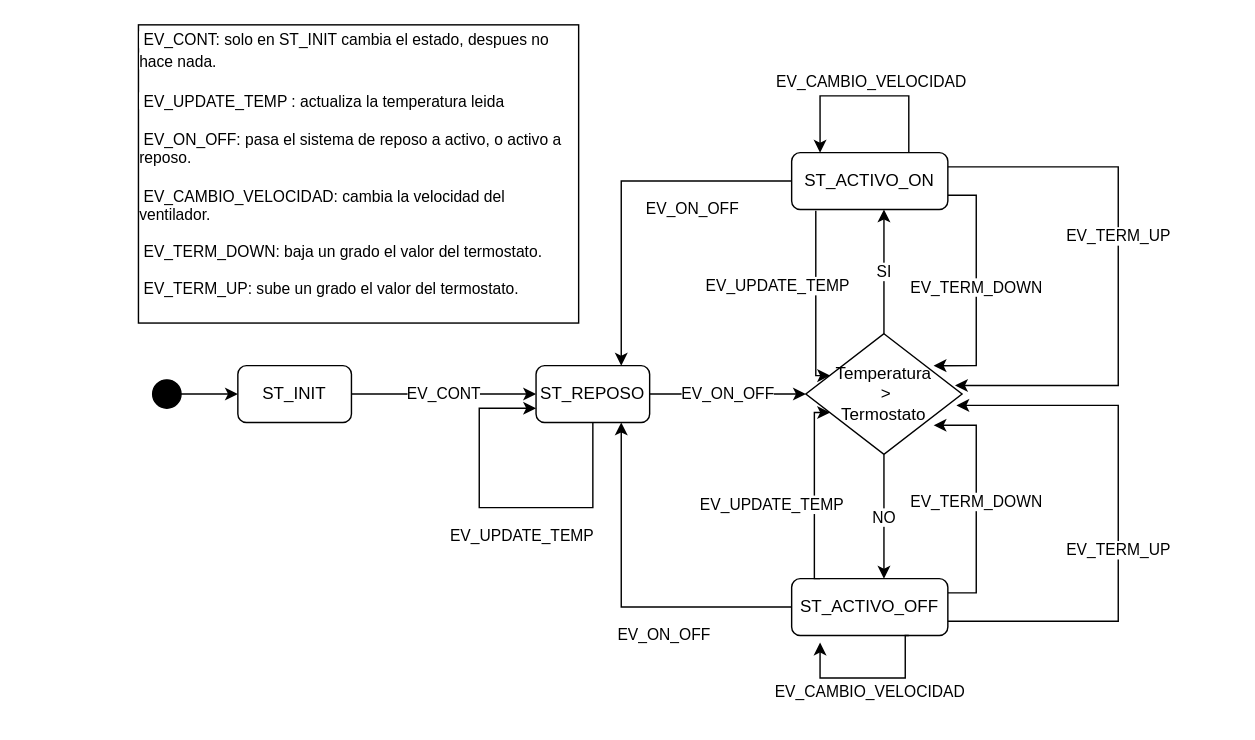
Before: TP1/Diagrama de Estados.drawio in GDVillalba/PrograAvanzada2022, a draw.io diagram. Source tidied: cells renumbered, new cells numbered last; positions are measured from the earlier drawing's top-left corner, leaving out a move shared by most shapes. Both pictures are drawn from the tidied source at 142%, with x=0, y=0 at pixel (138, 24).
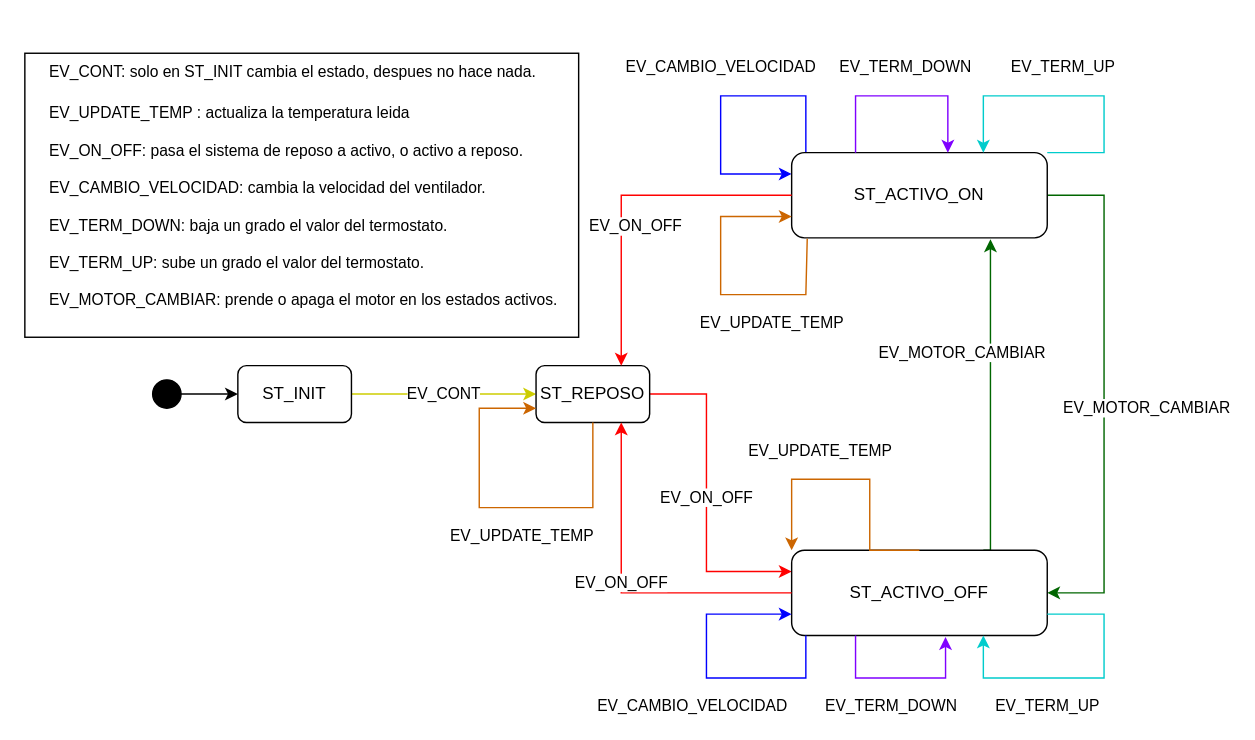
Above is the later version.

Unchanged cells that the change refers to:
```xml
<mxCell id="5" value="ST_INIT" style="rounded=1;whiteSpace=wrap;html=1;fillColor=#FFFFFF;" parent="1" vertex="1">
  <mxGeometry x="70" y="240" width="80" height="40" as="geometry" />
</mxCell>
<mxCell id="11" value="ST_REPOSO" style="rounded=1;whiteSpace=wrap;html=1;fillColor=#FFFFFF;" parent="1" vertex="1">
  <mxGeometry x="280" y="240" width="80" height="40" as="geometry" />
</mxCell>
```

Diff of the diagram source:
```diff
@@
-    <mxCell id="4" value="EV_CONT" style="edgeStyle=orthogonalEdgeStyle;rounded=0;jettySize=auto;html=1;entryX=0;entryY=0.5;entryDx=0;entryDy=0;" parent="1" edge="1" source="5" target="11">
+    <mxCell id="4" value="EV_CONT" style="edgeStyle=orthogonalEdgeStyle;rounded=0;jettySize=auto;html=1;entryX=0;entryY=0.5;entryDx=0;entryDy=0;strokeColor=#CCCC00;" parent="1" edge="1" source="5" target="11">
       <mxGeometry relative="1" as="geometry" />
     </mxCell>
@@
-    <mxCell id="6" value="EV_CAMBIO_VELOCIDAD" style="edgeStyle=orthogonalEdgeStyle;rounded=0;orthogonalLoop=1;jettySize=auto;html=1;exitX=0.75;exitY=0;exitDx=0;exitDy=0;entryX=0.182;entryY=0;entryDx=0;entryDy=0;entryPerimeter=0;" parent="1" edge="1" source="9" target="9">
-      <mxGeometry x="-0.05" y="-10" relative="1" as="geometry">
+    <mxCell id="6" value="EV_CAMBIO_VELOCIDAD" style="edgeStyle=orthogonalEdgeStyle;rounded=0;jettySize=auto;html=1;entryX=0;entryY=0.25;entryDx=0;entryDy=0;strokeColor=#0000FF;" parent="1" edge="1" target="9">
+      <mxGeometry x="-0.02" y="-20" relative="1" as="geometry">
+        <mxPoint x="470" y="90" as="sourcePoint" />
         <Array as="points">
-          <mxPoint x="543" y="50" />
-          <mxPoint x="480" y="50" />
+          <mxPoint x="470" y="50" />
+          <mxPoint x="410" y="50" />
+          <mxPoint x="410" y="105" />
         </Array>
-        <mxPoint x="1" as="offset" />
+        <mxPoint x="20" y="-20" as="offset" />
       </mxGeometry>
     </mxCell>
-    <mxCell id="7" value="EV_TERM_DOWN" style="edgeStyle=orthogonalEdgeStyle;rounded=0;jettySize=auto;html=1;entryX=0.818;entryY=0.265;entryDx=0;entryDy=0;entryPerimeter=0;exitX=1;exitY=0.75;exitDx=0;exitDy=0;" parent="1" edge="1" source="9" target="17">
-      <mxGeometry relative="1" as="geometry">
+    <mxCell id="7" value="EV_MOTOR_CAMBIAR" style="edgeStyle=orthogonalEdgeStyle;rounded=0;jettySize=auto;html=1;entryX=1;entryY=0.5;entryDx=0;entryDy=0;exitX=1;exitY=0.5;exitDx=0;exitDy=0;strokeColor=#006600;" parent="1" edge="1" source="9" target="14">
+      <mxGeometry x="0.06" y="30" relative="1" as="geometry">
         <Array as="points">
-          <mxPoint x="590" y="120" />
-          <mxPoint x="590" y="240" />
+          <mxPoint x="680" y="120" />
+          <mxPoint x="680" y="400" />
         </Array>
+        <mxPoint y="-1" as="offset" />
       </mxGeometry>
     </mxCell>
-    <mxCell id="8" value="EV_TERM_UP" style="edgeStyle=orthogonalEdgeStyle;rounded=0;jettySize=auto;html=1;exitX=1;exitY=0.25;exitDx=0;exitDy=0;entryX=0.955;entryY=0.429;entryDx=0;entryDy=0;entryPerimeter=0;" parent="1" edge="1" source="9" target="17">
-      <mxGeometry x="-0.13" relative="1" as="geometry">
-        <Array as="points">
-          <mxPoint x="690" y="100" />
-          <mxPoint x="690" y="254" />
-        </Array>
-      </mxGeometry>
-    </mxCell>
     <mxCell id="9" value="ST_ACTIVO_ON" style="rounded=1;whiteSpace=wrap;html=1;fillColor=#FFFFFF;" parent="1" vertex="1">
-      <mxGeometry x="460" y="90" width="110" height="40" as="geometry" />
+      <mxGeometry x="460" y="90" width="180" height="60" as="geometry" />
     </mxCell>
-    <mxCell id="10" value="EV_ON_OFF" style="edgeStyle=orthogonalEdgeStyle;rounded=0;jettySize=auto;html=1;" parent="1" edge="1" source="11" target="17">
-      <mxGeometry relative="1" as="geometry" />
+    <mxCell id="10" value="EV_ON_OFF" style="edgeStyle=orthogonalEdgeStyle;rounded=0;jettySize=auto;html=1;entryX=0;entryY=0.25;entryDx=0;entryDy=0;strokeColor=#FF0000;" parent="1" edge="1" source="11" target="14">
+      <mxGeometry relative="1" as="geometry">
+        <Array as="points">
+          <mxPoint x="400" y="260" />
+          <mxPoint x="400" y="385" />
+        </Array>
+      </mxGeometry>
     </mxCell>
@@
-    <mxCell id="12" value="EV_TERM_DOWN" style="edgeStyle=orthogonalEdgeStyle;rounded=0;jettySize=auto;html=1;exitX=1;exitY=0.25;exitDx=0;exitDy=0;entryX=0.818;entryY=0.759;entryDx=0;entryDy=0;entryPerimeter=0;" parent="1" edge="1" source="14" target="17">
-      <mxGeometry relative="1" as="geometry">
+    <mxCell id="12" value="EV_MOTOR_CAMBIAR" style="edgeStyle=orthogonalEdgeStyle;rounded=0;jettySize=auto;html=1;exitX=0.75;exitY=0;exitDx=0;exitDy=0;strokeColor=#006600;" parent="1" edge="1" source="14">
+      <mxGeometry x="0.29" y="20" relative="1" as="geometry">
+        <mxPoint x="600" y="151" as="targetPoint" />
         <Array as="points">
-          <mxPoint x="590" y="400" />
-          <mxPoint x="590" y="282" />
+          <mxPoint x="600" y="371" />
+          <mxPoint x="600" y="151" />
+          <mxPoint x="550" y="151" />
         </Array>
       </mxGeometry>
     </mxCell>
-    <mxCell id="13" value="EV_TERM_UP" style="edgeStyle=orthogonalEdgeStyle;rounded=0;jettySize=auto;html=1;exitX=1;exitY=0.75;exitDx=0;exitDy=0;entryX=0.964;entryY=0.594;entryDx=0;entryDy=0;entryPerimeter=0;" parent="1" edge="1" source="14" target="17">
-      <mxGeometry x="-0.12" relative="1" as="geometry">
-        <Array as="points">
-          <mxPoint x="690" y="420" />
-          <mxPoint x="690" y="268" />
-        </Array>
-      </mxGeometry>
-    </mxCell>
     <mxCell id="14" value="ST_ACTIVO_OFF" style="rounded=1;whiteSpace=wrap;html=1;fillColor=#FFFFFF;" parent="1" vertex="1">
-      <mxGeometry x="460" y="390" width="110" height="40" as="geometry" />
+      <mxGeometry x="460" y="370" width="180" height="60" as="geometry" />
     </mxCell>
-    <mxCell id="15" value="SI" style="edgeStyle=orthogonalEdgeStyle;rounded=0;jettySize=auto;html=1;" parent="1" edge="1" source="17">
-      <mxGeometry relative="1" as="geometry">
-        <mxPoint x="525" y="130" as="targetPoint" />
-        <Array as="points">
-          <mxPoint x="525" y="130" />
-        </Array>
-      </mxGeometry>
-    </mxCell>
-    <mxCell id="16" value="NO" style="edgeStyle=orthogonalEdgeStyle;rounded=0;jettySize=auto;html=1;" parent="1" edge="1" source="17" target="14">
-      <mxGeometry relative="1" as="geometry">
-        <Array as="points">
-          <mxPoint x="525" y="370" />
-          <mxPoint x="525" y="370" />
-        </Array>
-      </mxGeometry>
-    </mxCell>
-    <mxCell id="17" value="Temperatura&lt;br&gt;&amp;nbsp;&amp;gt; &lt;br&gt;Termostato" style="rhombus;whiteSpace=wrap;html=1;fillColor=#FFFFFF;" parent="1" vertex="1">
-      <mxGeometry x="470" y="217.5" width="110" height="85" as="geometry" />
-    </mxCell>
-    <mxCell id="18" value="EV_UPDATE_TEMP" style="edgeStyle=orthogonalEdgeStyle;rounded=0;orthogonalLoop=1;jettySize=auto;html=1;entryX=0;entryY=0.75;entryDx=0;entryDy=0;exitX=0.5;exitY=1;exitDx=0;exitDy=0;" parent="1" edge="1" source="11" target="11">
+    <mxCell id="18" value="EV_UPDATE_TEMP" style="edgeStyle=orthogonalEdgeStyle;rounded=0;orthogonalLoop=1;jettySize=auto;html=1;entryX=0;entryY=0.75;entryDx=0;entryDy=0;exitX=0.5;exitY=1;exitDx=0;exitDy=0;strokeColor=#CC6600;" parent="1" edge="1" source="11" target="11">
       <mxGeometry x="-0.12" y="20" relative="1" as="geometry">
         <Array as="points">
           <mxPoint x="320" y="340" />
           <mxPoint x="240" y="340" />
           <mxPoint x="240" y="270" />
         </Array>
       </mxGeometry>
     </mxCell>
-    <mxCell id="19" value="EV_ON_OFF" style="edgeStyle=orthogonalEdgeStyle;rounded=0;jettySize=auto;html=1;exitX=0;exitY=0.5;exitDx=0;exitDy=0;entryX=0.75;entryY=0;entryDx=0;entryDy=0;" parent="1" edge="1" source="9" target="11">
-      <mxGeometry x="-0.44" y="20" relative="1" as="geometry" />
+    <mxCell id="19" value="EV_ON_OFF" style="edgeStyle=orthogonalEdgeStyle;rounded=0;jettySize=auto;html=1;exitX=0;exitY=0.5;exitDx=0;exitDy=0;entryX=0.75;entryY=0;entryDx=0;entryDy=0;strokeColor=#FF0000;" parent="1" edge="1" source="9" target="11">
+      <mxGeometry x="0.18" y="10" relative="1" as="geometry" />
     </mxCell>
-    <mxCell id="20" value="EV_ON_OFF" style="edgeStyle=orthogonalEdgeStyle;rounded=0;jettySize=auto;html=1;entryX=0.75;entryY=1;entryDx=0;entryDy=0;exitX=0;exitY=0.5;exitDx=0;exitDy=0;" parent="1" edge="1" source="14" target="11">
-      <mxGeometry x="-0.28" y="20" relative="1" as="geometry">
+    <mxCell id="20" value="EV_ON_OFF" style="edgeStyle=orthogonalEdgeStyle;rounded=0;jettySize=auto;html=1;entryX=0.75;entryY=1;entryDx=0;entryDy=0;exitX=0;exitY=0.5;exitDx=0;exitDy=0;strokeColor=#FF0000;fillColor=#FF0000;" parent="1" edge="1" source="14" target="11">
+      <mxGeometry x="0.06" relative="1" as="geometry">
         <Array as="points">
-          <mxPoint x="340" y="410" />
+          <mxPoint x="340" y="400" />
         </Array>
       </mxGeometry>
     </mxCell>
-    <mxCell id="21" value="EV_UPDATE_TEMP" style="edgeStyle=orthogonalEdgeStyle;rounded=0;jettySize=auto;html=1;entryX=0.155;entryY=0.347;entryDx=0;entryDy=0;entryPerimeter=0;" parent="1" edge="1" target="17">
-      <mxGeometry x="-0.16" y="-27" relative="1" as="geometry">
-        <mxPoint x="477" y="131" as="sourcePoint" />
+    <mxCell id="21" value="EV_UPDATE_TEMP" style="edgeStyle=orthogonalEdgeStyle;rounded=0;orthogonalLoop=1;jettySize=auto;html=1;entryX=0;entryY=0.75;entryDx=0;entryDy=0;strokeColor=#CC6600;exitX=0.061;exitY=1.011;exitDx=0;exitDy=0;exitPerimeter=0;" parent="1" edge="1" source="9" target="9">
+      <mxGeometry x="-0.38" y="20" relative="1" as="geometry">
         <Array as="points">
-          <mxPoint x="477" y="170" />
-          <mxPoint x="477" y="170" />
+          <mxPoint x="470" y="190" />
+          <mxPoint x="410" y="190" />
+          <mxPoint x="410" y="135" />
         </Array>
       </mxGeometry>
     </mxCell>
-    <mxCell id="22" value="EV_UPDATE_TEMP" style="edgeStyle=orthogonalEdgeStyle;rounded=0;jettySize=auto;html=1;entryX=0.155;entryY=0.653;entryDx=0;entryDy=0;entryPerimeter=0;" parent="1" edge="1" target="17">
-      <mxGeometry x="-0.15" y="30" relative="1" as="geometry">
-        <mxPoint x="480" y="390" as="sourcePoint" />
+    <mxCell id="22" value="EV_UPDATE_TEMP" style="edgeStyle=orthogonalEdgeStyle;rounded=0;orthogonalLoop=1;jettySize=auto;html=1;entryX=0;entryY=0;entryDx=0;entryDy=0;exitX=0.5;exitY=0;exitDx=0;exitDy=0;strokeColor=#CC6600;" parent="1" edge="1" source="14" target="14">
+      <mxGeometry x="0.26" y="-20" relative="1" as="geometry">
         <Array as="points">
-          <mxPoint x="476" y="390" />
-          <mxPoint x="476" y="273" />
+          <mxPoint x="515" y="320" />
+          <mxPoint x="460" y="320" />
         </Array>
       </mxGeometry>
     </mxCell>
-    <mxCell id="23" value="EV_CAMBIO_VELOCIDAD" style="edgeStyle=orthogonalEdgeStyle;rounded=0;orthogonalLoop=1;jettySize=auto;html=1;entryX=0.182;entryY=1.125;entryDx=0;entryDy=0;entryPerimeter=0;exitX=0.75;exitY=1;exitDx=0;exitDy=0;" parent="1" edge="1" source="14" target="14">
-      <mxGeometry x="-0.01" y="10" relative="1" as="geometry">
+    <mxCell id="23" value="EV_CAMBIO_VELOCIDAD" style="edgeStyle=orthogonalEdgeStyle;rounded=0;jettySize=auto;html=1;entryX=0;entryY=0.75;entryDx=0;entryDy=0;strokeColor=#0000FF;" parent="1" edge="1" target="14">
+      <mxGeometry x="-0.02" y="22" relative="1" as="geometry">
+        <mxPoint x="470" y="430" as="sourcePoint" />
         <Array as="points">
-          <mxPoint x="540" y="430" />
-          <mxPoint x="540" y="460" />
-          <mxPoint x="480" y="460" />
+          <mxPoint x="470" y="430" />
+          <mxPoint x="470" y="460" />
+          <mxPoint x="400" y="460" />
+          <mxPoint x="400" y="415" />
         </Array>
+        <mxPoint x="12" y="20" as="offset" />
       </mxGeometry>
     </mxCell>
-    <mxCell id="24" value="&lt;div style=&quot;text-align: left&quot;&gt;&lt;span style=&quot;font-size: 11px ; text-align: center ; background-color: rgb(255 , 255 , 255)&quot;&gt;&amp;nbsp;EV_CONT: solo en ST_INIT cambia el estado, despues no hace nada.&lt;/span&gt;&lt;span style=&quot;background-color: rgb(255 , 255 , 255) ; font-size: 11px&quot;&gt;&lt;br&gt;&lt;/span&gt;&lt;/div&gt;&lt;div style=&quot;text-align: left&quot;&gt;&lt;span style=&quot;font-size: 11px ; text-align: center ; background-color: rgb(255 , 255 , 255)&quot;&gt;&lt;br&gt;&lt;/span&gt;&lt;/div&gt;&lt;div style=&quot;text-align: left&quot;&gt;&lt;span style=&quot;background-color: rgb(255 , 255 , 255) ; font-size: 11px&quot;&gt;&amp;nbsp;EV_UPDATE_TEMP : actualiza la temperatura leida&lt;/span&gt;&lt;/div&gt;&lt;span style=&quot;font-size: 11px ; background-color: rgb(255 , 255 , 255)&quot;&gt;&lt;div style=&quot;text-align: left&quot;&gt;&lt;br&gt;&lt;/div&gt;&lt;div style=&quot;text-align: left&quot;&gt;&amp;nbsp;EV_ON_OFF: pasa el sistema de reposo a activo, o activo a reposo.&lt;/div&gt;&lt;/span&gt;&lt;span style=&quot;font-size: 11px ; background-color: rgb(255 , 255 , 255)&quot;&gt;&lt;div style=&quot;text-align: left&quot;&gt;&lt;br&gt;&lt;/div&gt;&lt;div style=&quot;text-align: left&quot;&gt;&amp;nbsp;EV_CAMBIO_VELOCIDAD: cambia la velocidad del ventilador.&lt;/div&gt;&lt;div style=&quot;text-align: left&quot;&gt;&lt;br&gt;&lt;/div&gt;&lt;/span&gt;&lt;span style=&quot;font-size: 11px ; background-color: rgb(255 , 255 , 255)&quot;&gt;&lt;div style=&quot;text-align: left&quot;&gt;&amp;nbsp;EV_TERM_DOWN: baja un grado el valor del termostato.&lt;/div&gt;&lt;div style=&quot;text-align: left&quot;&gt;&lt;br&gt;&lt;/div&gt;&lt;/span&gt;&lt;span style=&quot;font-size: 11px ; background-color: rgb(255 , 255 , 255)&quot;&gt;&lt;div style=&quot;text-align: left&quot;&gt;&amp;nbsp;EV_TERM_UP: sube un grado el valor del termostato.&lt;/div&gt;&lt;/span&gt;&lt;span style=&quot;background-color: rgb(255 , 255 , 255) ; font-size: 11px&quot;&gt;&lt;div style=&quot;text-align: left&quot;&gt;&lt;br&gt;&lt;/div&gt;&lt;/span&gt;" style="rounded=0;whiteSpace=wrap;html=1;fillColor=#FFFFFF;" parent="1" vertex="1">
-      <mxGeometry width="310" height="210" as="geometry" />
+    <mxCell id="24" value="&lt;div style=&quot;text-align: left&quot;&gt;&lt;span style=&quot;font-size: 11px ; text-align: center ; background-color: rgb(255 , 255 , 255)&quot;&gt;&amp;nbsp;EV_CONT: solo en ST_INIT cambia el estado, despues no hace nada.&lt;/span&gt;&lt;span style=&quot;background-color: rgb(255 , 255 , 255) ; font-size: 11px&quot;&gt;&lt;br&gt;&lt;/span&gt;&lt;/div&gt;&lt;div style=&quot;text-align: left&quot;&gt;&lt;span style=&quot;font-size: 11px ; text-align: center ; background-color: rgb(255 , 255 , 255)&quot;&gt;&lt;br&gt;&lt;/span&gt;&lt;/div&gt;&lt;div style=&quot;text-align: left&quot;&gt;&lt;span style=&quot;background-color: rgb(255 , 255 , 255) ; font-size: 11px&quot;&gt;&amp;nbsp;EV_UPDATE_TEMP : actualiza la temperatura leida&lt;/span&gt;&lt;/div&gt;&lt;span style=&quot;font-size: 11px ; background-color: rgb(255 , 255 , 255)&quot;&gt;&lt;div style=&quot;text-align: left&quot;&gt;&lt;br&gt;&lt;/div&gt;&lt;div style=&quot;text-align: left&quot;&gt;&amp;nbsp;EV_ON_OFF: pasa el sistema de reposo a activo, o activo a reposo.&lt;/div&gt;&lt;/span&gt;&lt;span style=&quot;font-size: 11px ; background-color: rgb(255 , 255 , 255)&quot;&gt;&lt;div style=&quot;text-align: left&quot;&gt;&lt;br&gt;&lt;/div&gt;&lt;div style=&quot;text-align: left&quot;&gt;&amp;nbsp;EV_CAMBIO_VELOCIDAD: cambia la velocidad del ventilador.&lt;/div&gt;&lt;div style=&quot;text-align: left&quot;&gt;&lt;br&gt;&lt;/div&gt;&lt;/span&gt;&lt;span style=&quot;font-size: 11px ; background-color: rgb(255 , 255 , 255)&quot;&gt;&lt;div style=&quot;text-align: left&quot;&gt;&amp;nbsp;EV_TERM_DOWN: baja un grado el valor del termostato.&lt;/div&gt;&lt;div style=&quot;text-align: left&quot;&gt;&lt;br&gt;&lt;/div&gt;&lt;/span&gt;&lt;span style=&quot;font-size: 11px ; background-color: rgb(255 , 255 , 255)&quot;&gt;&lt;div style=&quot;text-align: left&quot;&gt;&amp;nbsp;EV_TERM_UP: sube un grado el valor del termostato.&lt;/div&gt;&lt;div style=&quot;text-align: left&quot;&gt;&lt;br&gt;&lt;/div&gt;&lt;div style=&quot;text-align: left&quot;&gt;&amp;nbsp;&lt;span style=&quot;text-align: center&quot;&gt;EV_MOTOR_CAMBIAR&lt;/span&gt;: prende o apaga el motor en los estados activos.&lt;br&gt;&lt;/div&gt;&lt;/span&gt;&lt;span style=&quot;background-color: rgb(255 , 255 , 255) ; font-size: 11px&quot;&gt;&lt;div style=&quot;text-align: left&quot;&gt;&lt;br&gt;&lt;/div&gt;&lt;/span&gt;" style="rounded=0;whiteSpace=wrap;html=1;fillColor=#FFFFFF;" parent="1" vertex="1">
+      <mxGeometry x="-80" y="20" width="390" height="200" as="geometry" />
     </mxCell>
+    <mxCell id="25" value="EV_TERM_UP" style="edgeStyle=orthogonalEdgeStyle;rounded=0;orthogonalLoop=1;jettySize=auto;html=1;exitX=1;exitY=0;exitDx=0;exitDy=0;entryX=0.75;entryY=0;entryDx=0;entryDy=0;strokeColor=#00CCCC;" parent="1" edge="1" source="9" target="9">
+      <mxGeometry x="0.07" y="-20" relative="1" as="geometry">
+        <Array as="points">
+          <mxPoint x="680" y="90" />
+          <mxPoint x="680" y="50" />
+          <mxPoint x="595" y="50" />
+        </Array>
+        <mxPoint x="1" as="offset" />
+      </mxGeometry>
+    </mxCell>
+    <mxCell id="26" value="&lt;span style=&quot;color: rgb(0 , 0 , 0) ; font-family: &amp;#34;helvetica&amp;#34; ; font-size: 11px ; font-style: normal ; font-weight: 400 ; letter-spacing: normal ; text-align: left ; text-indent: 0px ; text-transform: none ; word-spacing: 0px ; background-color: rgb(255 , 255 , 255) ; display: inline ; float: none&quot;&gt;EV_TERM_DOWN&lt;/span&gt;" style="edgeStyle=orthogonalEdgeStyle;rounded=0;jettySize=auto;html=1;strokeColor=#7F00FF;" parent="1" edge="1" source="9">
+      <mxGeometry x="0.03" y="20" relative="1" as="geometry">
+        <mxPoint x="570" y="90" as="targetPoint" />
+        <Array as="points">
+          <mxPoint x="505" y="50" />
+          <mxPoint x="570" y="50" />
+        </Array>
+      </mxGeometry>
+    </mxCell>
+    <mxCell id="27" value="&lt;span style=&quot;color: rgb(0 , 0 , 0) ; font-family: &amp;#34;helvetica&amp;#34; ; font-size: 11px ; font-style: normal ; font-weight: 400 ; letter-spacing: normal ; text-align: center ; text-indent: 0px ; text-transform: none ; word-spacing: 0px ; background-color: rgb(255 , 255 , 255) ; display: inline ; float: none&quot;&gt;EV_TERM_UP&lt;/span&gt;" style="edgeStyle=orthogonalEdgeStyle;rounded=0;orthogonalLoop=1;jettySize=auto;html=1;exitX=1;exitY=0.75;exitDx=0;exitDy=0;entryX=0.75;entryY=1;entryDx=0;entryDy=0;strokeColor=#00CCCC;" parent="1" edge="1" source="14" target="14">
+      <mxGeometry x="0.25" y="20" relative="1" as="geometry">
+        <Array as="points">
+          <mxPoint x="680" y="415" />
+          <mxPoint x="680" y="460" />
+          <mxPoint x="595" y="460" />
+        </Array>
+      </mxGeometry>
+    </mxCell>
+    <mxCell id="28" value="&lt;span style=&quot;color: rgb(0 , 0 , 0) ; font-family: &amp;#34;helvetica&amp;#34; ; font-size: 11px ; font-style: normal ; font-weight: 400 ; letter-spacing: normal ; text-align: left ; text-indent: 0px ; text-transform: none ; word-spacing: 0px ; background-color: rgb(255 , 255 , 255) ; display: inline ; float: none&quot;&gt;EV_TERM_DOWN&lt;/span&gt;" style="edgeStyle=orthogonalEdgeStyle;rounded=0;orthogonalLoop=1;jettySize=auto;html=1;exitX=0.25;exitY=1;exitDx=0;exitDy=0;entryX=0.602;entryY=1.019;entryDx=0;entryDy=0;entryPerimeter=0;strokeColor=#7F00FF;" parent="1" edge="1" source="14" target="14">
+      <mxGeometry x="-0.1" y="-20" relative="1" as="geometry">
+        <Array as="points">
+          <mxPoint x="505" y="460" />
+          <mxPoint x="568" y="460" />
+        </Array>
+      </mxGeometry>
+    </mxCell>
```
